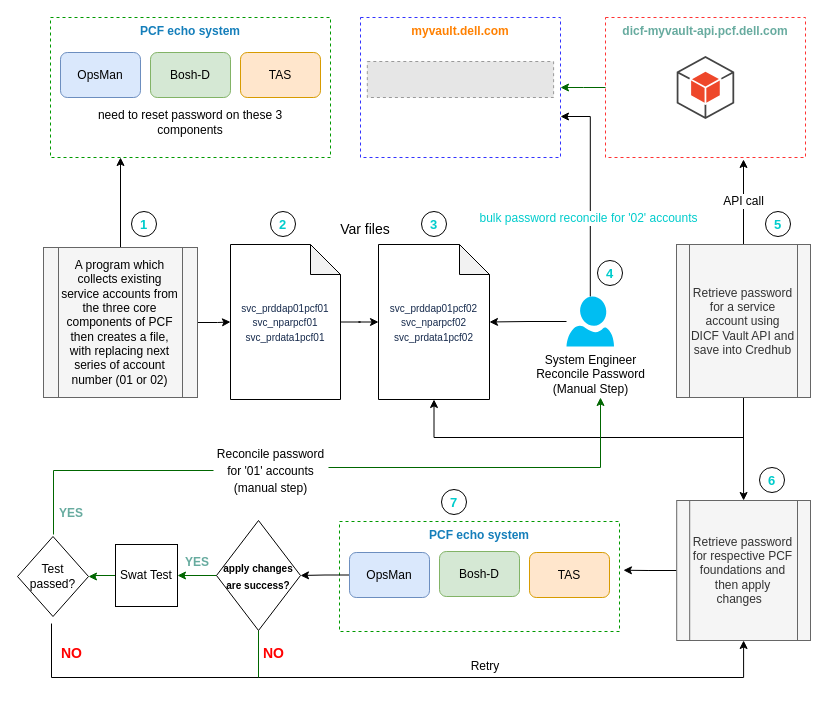
Earlier version of the draw.io diagram Untitled Diagram.drawio (rama78/drawio). Source tidied: cells renumbered, new cells numbered last; positions are measured from the earlier drawing's top-left corner, leaving out a move shared by most shapes. Both pictures are drawn from the tidied source at 100%, with x=0, y=0 at pixel (17, 17). Pictures stored in the file or linked from it are replaced by grey dashed boxes.
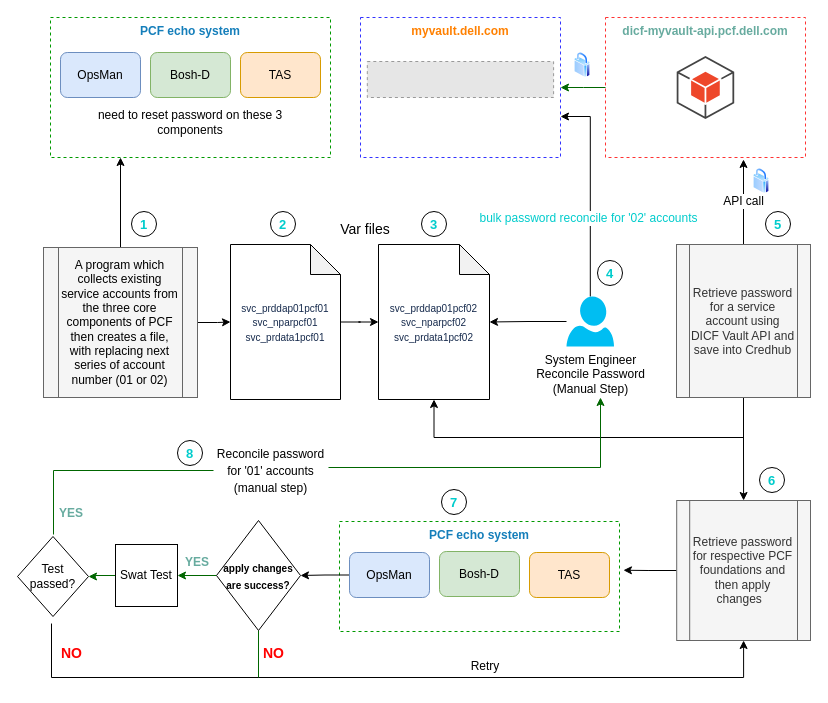
The same diagram, later.

Commit message:
added secure icon

Diff of the diagram source:
```diff
@@
+    <mxCell id="56" value="&lt;font color=&quot;#00cccc&quot; size=&quot;1&quot;&gt;&lt;b style=&quot;font-size: 13px&quot;&gt;8&lt;/b&gt;&lt;/font&gt;" style="ellipse;whiteSpace=wrap;html=1;fontSize=12;fontColor=#67AB9F;strokeColor=#000000;" parent="1" vertex="1">
+      <mxGeometry x="160" y="423" width="25" height="25" as="geometry" />
+    </mxCell>
+    <mxCell id="57" style="perimeter=ellipsePerimeter;html=1;align=center;shadow=0;dashed=0;spacingTop=3;image;image=img/lib/active_directory/secure.svg;fontSize=13;fontColor=#00CCCC;strokeColor=#000000;" parent="1" vertex="1">
+      <mxGeometry x="736" y="151" width="16" height="25" as="geometry" />
+    </mxCell>
+    <mxCell id="58" style="perimeter=ellipsePerimeter;html=1;align=center;shadow=0;dashed=0;spacingTop=3;image;image=img/lib/active_directory/secure.svg;fontSize=13;fontColor=#00CCCC;strokeColor=#000000;" parent="1" vertex="1">
+      <mxGeometry x="557" y="35" width="16" height="25" as="geometry" />
+    </mxCell>
```
